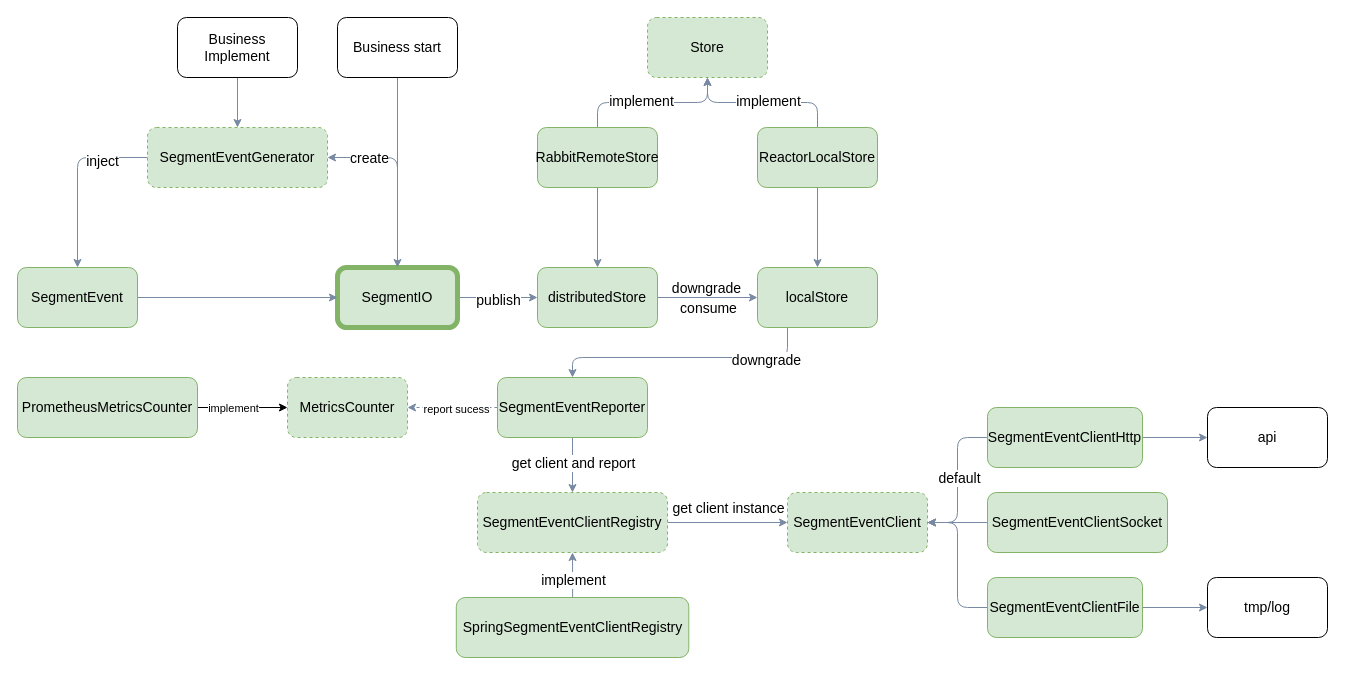
Earlier version of the draw.io diagram assets/SegmentEvent-V2.drawio (sheldon-pacvue/segmenet-event). Source tidied: cells renumbered, new cells numbered last; positions are measured from the earlier drawing's top-left corner, leaving out a move shared by most shapes. Both pictures are drawn from the tidied source at 100%, with x=0, y=0 at pixel (17, 17).
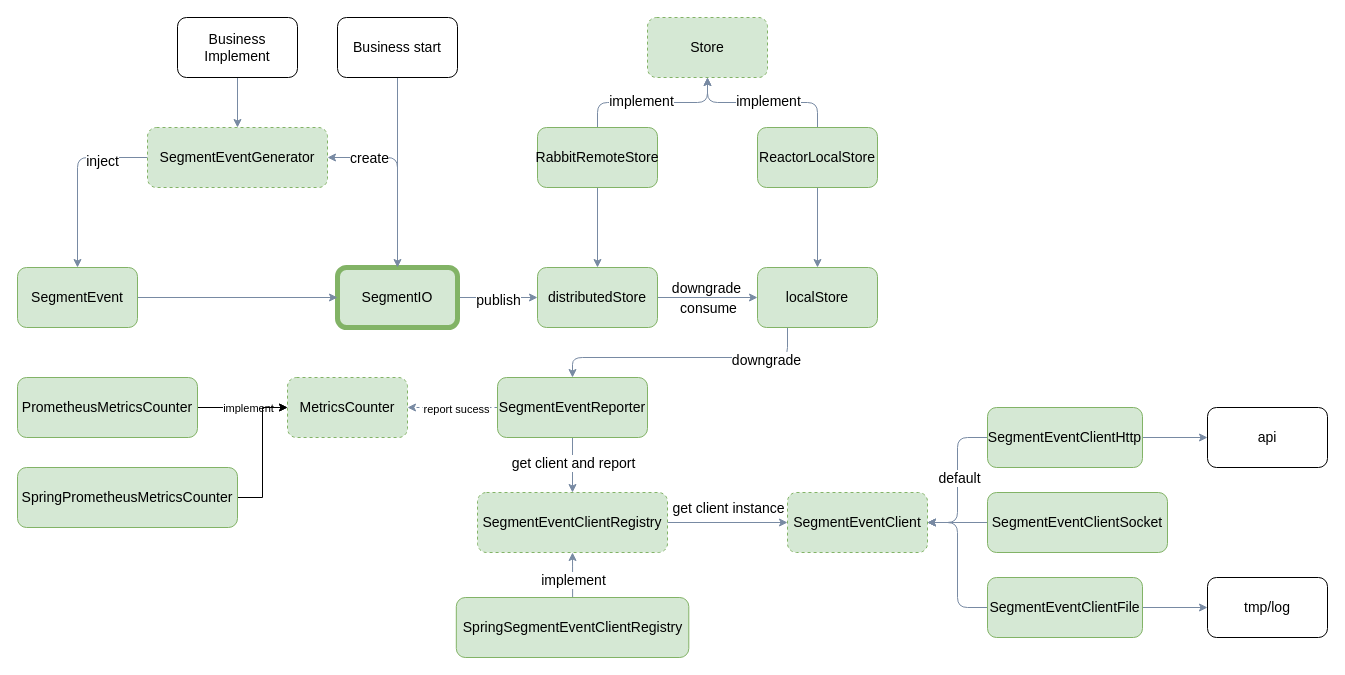
The same page after the edit.

Unchanged cells that the change refers to:
```xml
<mxCell id="40" value="MetricsCounter" style="rounded=1;whiteSpace=wrap;html=1;strokeColor=#82b366;fillColor=#d5e8d4;labelBackgroundColor=none;fontSize=14;dashed=1;" parent="1" vertex="1">
  <mxGeometry x="270" y="360" width="120" height="60" as="geometry" />
</mxCell>
<mxCell id="56" style="edgeStyle=orthogonalEdgeStyle;rounded=0;jettySize=auto;html=1;exitX=1;exitY=0.5;exitDx=0;exitDy=0;" parent="1" edge="1" source="58" target="40">
  <mxGeometry relative="1" as="geometry" />
</mxCell>
```

The edit, as a diff of the source:
```diff
@@
     <mxCell id="57" value="implement" style="edgeLabel;html=1;align=center;verticalAlign=middle;" parent="56" vertex="1">
       <mxGeometry x="0.02" y="1" relative="1" as="geometry">
-        <mxPoint x="-11" y="1" as="offset" />
+        <mxPoint x="4" y="1" as="offset" />
       </mxGeometry>
     </mxCell>
@@
+    <mxCell id="59" style="edgeStyle=orthogonalEdgeStyle;rounded=0;jettySize=auto;html=1;exitX=1;exitY=0.5;exitDx=0;exitDy=0;entryX=0;entryY=0.5;entryDx=0;entryDy=0;" parent="1" edge="1" source="60" target="40">
+      <mxGeometry relative="1" as="geometry" />
+    </mxCell>
+    <mxCell id="60" value="SpringPrometheusMetricsCounter" style="rounded=1;whiteSpace=wrap;html=1;strokeColor=#82b366;fillColor=#d5e8d4;labelBackgroundColor=none;fontSize=14;" parent="1" vertex="1">
+      <mxGeometry y="450" width="220" height="60" as="geometry" />
+    </mxCell>
```
